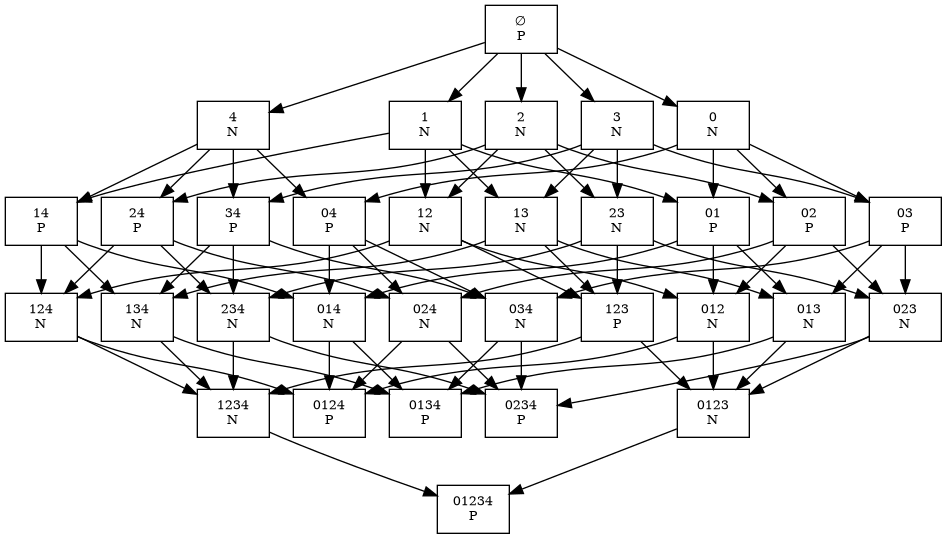
Above: game_tree/decision_tree_01234.png in AdirAli/sparse-ruler-n-p-position (Graphviz), before the change. Its source is kept beside it as game_tree/decision_tree_01234.dot.
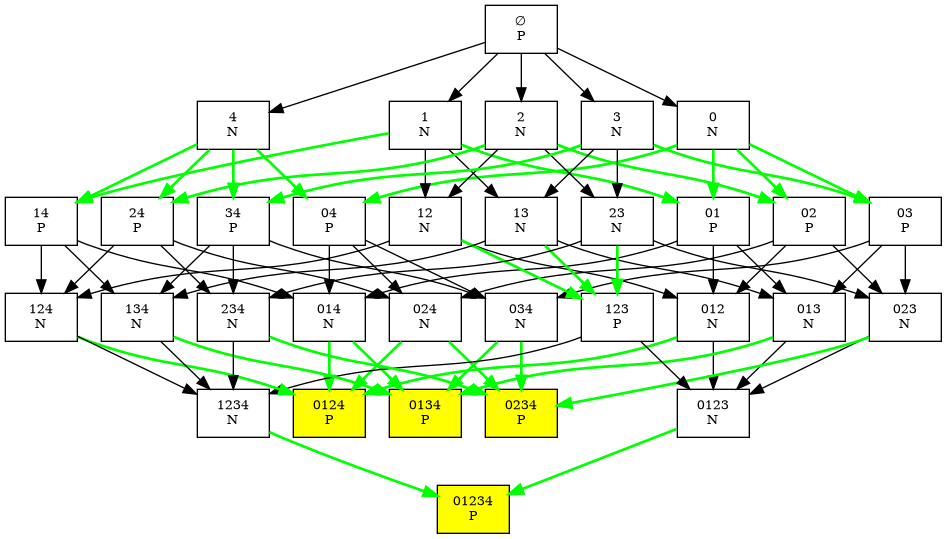
The same file after the commit.

What changed in the source:
```diff
@@ -6,14 +6,14 @@
   n2 [label="01\nP"];
   n3 [label="012\nN"];
   n4 [label="0123\nN"];
-  n5 [label="01234\nP"];
-  n6 [label="0124\nP"];
+  n5 [label="01234\nP", style=filled, fillcolor=yellow];
+  n6 [label="0124\nP", style=filled, fillcolor=yellow];
   n7 [label="013\nN"];
-  n8 [label="0134\nP"];
+  n8 [label="0134\nP", style=filled, fillcolor=yellow];
   n9 [label="014\nN"];
   n10 [label="02\nP"];
   n11 [label="023\nN"];
-  n12 [label="0234\nP"];
+  n12 [label="0234\nP", style=filled, fillcolor=yellow];
   n13 [label="024\nN"];
   n14 [label="03\nP"];
   n15 [label="034\nN"];
@@ -39,76 +39,76 @@
   n0 -> n25;
   n0 -> n29;
   n0 -> n31;
-  n1 -> n2;
-  n1 -> n10;
-  n1 -> n14;
-  n1 -> n16;
+  n1 -> n2 [color=green, penwidth=2.0];
+  n1 -> n10 [color=green, penwidth=2.0];
+  n1 -> n14 [color=green, penwidth=2.0];
+  n1 -> n16 [color=green, penwidth=2.0];
   n2 -> n3;
   n2 -> n7;
   n2 -> n9;
   n3 -> n4;
-  n3 -> n6;
-  n4 -> n5;
+  n3 -> n6 [color=green, penwidth=2.0];
+  n4 -> n5 [color=green, penwidth=2.0];
   n7 -> n4;
-  n7 -> n8;
-  n9 -> n6;
-  n9 -> n8;
+  n7 -> n8 [color=green, penwidth=2.0];
+  n9 -> n6 [color=green, penwidth=2.0];
+  n9 -> n8 [color=green, penwidth=2.0];
   n10 -> n3;
   n10 -> n11;
   n10 -> n13;
   n11 -> n4;
-  n11 -> n12;
-  n13 -> n6;
-  n13 -> n12;
+  n11 -> n12 [color=green, penwidth=2.0];
+  n13 -> n6 [color=green, penwidth=2.0];
+  n13 -> n12 [color=green, penwidth=2.0];
   n14 -> n7;
   n14 -> n11;
   n14 -> n15;
-  n15 -> n8;
-  n15 -> n12;
+  n15 -> n8 [color=green, penwidth=2.0];
+  n15 -> n12 [color=green, penwidth=2.0];
   n16 -> n9;
   n16 -> n13;
   n16 -> n15;
-  n17 -> n2;
+  n17 -> n2 [color=green, penwidth=2.0];
   n17 -> n18;
   n17 -> n22;
-  n17 -> n24;
+  n17 -> n24 [color=green, penwidth=2.0];
   n18 -> n3;
-  n18 -> n19;
+  n18 -> n19 [color=green, penwidth=2.0];
   n18 -> n21;
   n19 -> n4;
   n19 -> n20;
-  n20 -> n5;
-  n21 -> n6;
+  n20 -> n5 [color=green, penwidth=2.0];
+  n21 -> n6 [color=green, penwidth=2.0];
   n21 -> n20;
   n22 -> n7;
-  n22 -> n19;
+  n22 -> n19 [color=green, penwidth=2.0];
   n22 -> n23;
-  n23 -> n8;
+  n23 -> n8 [color=green, penwidth=2.0];
   n23 -> n20;
   n24 -> n9;
   n24 -> n21;
   n24 -> n23;
-  n25 -> n10;
+  n25 -> n10 [color=green, penwidth=2.0];
   n25 -> n18;
   n25 -> n26;
-  n25 -> n28;
+  n25 -> n28 [color=green, penwidth=2.0];
   n26 -> n11;
-  n26 -> n19;
+  n26 -> n19 [color=green, penwidth=2.0];
   n26 -> n27;
-  n27 -> n12;
+  n27 -> n12 [color=green, penwidth=2.0];
   n27 -> n20;
   n28 -> n13;
   n28 -> n21;
   n28 -> n27;
-  n29 -> n14;
+  n29 -> n14 [color=green, penwidth=2.0];
   n29 -> n22;
   n29 -> n26;
-  n29 -> n30;
+  n29 -> n30 [color=green, penwidth=2.0];
   n30 -> n15;
   n30 -> n23;
   n30 -> n27;
-  n31 -> n16;
-  n31 -> n24;
-  n31 -> n28;
-  n31 -> n30;
+  n31 -> n16 [color=green, penwidth=2.0];
+  n31 -> n24 [color=green, penwidth=2.0];
+  n31 -> n28 [color=green, penwidth=2.0];
+  n31 -> n30 [color=green, penwidth=2.0];
 }
```
